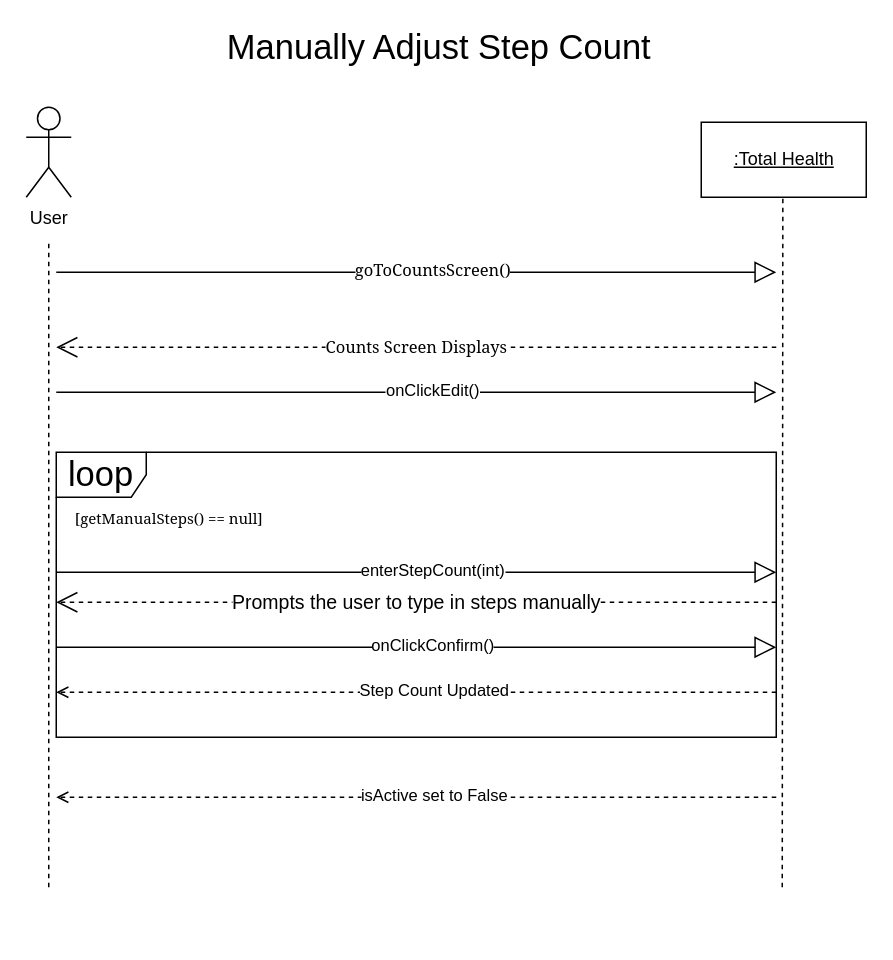
Before: SSD - Manually Adjust Step Count.drawio in Esaied19/Team-Albatross, a draw.io diagram. Source tidied: cells renumbered, new cells numbered last; positions are measured from the earlier drawing's top-left corner, leaving out a move shared by most shapes. Both pictures are drawn from the tidied source at 150%, with x=0, y=0 at pixel (26, 32).
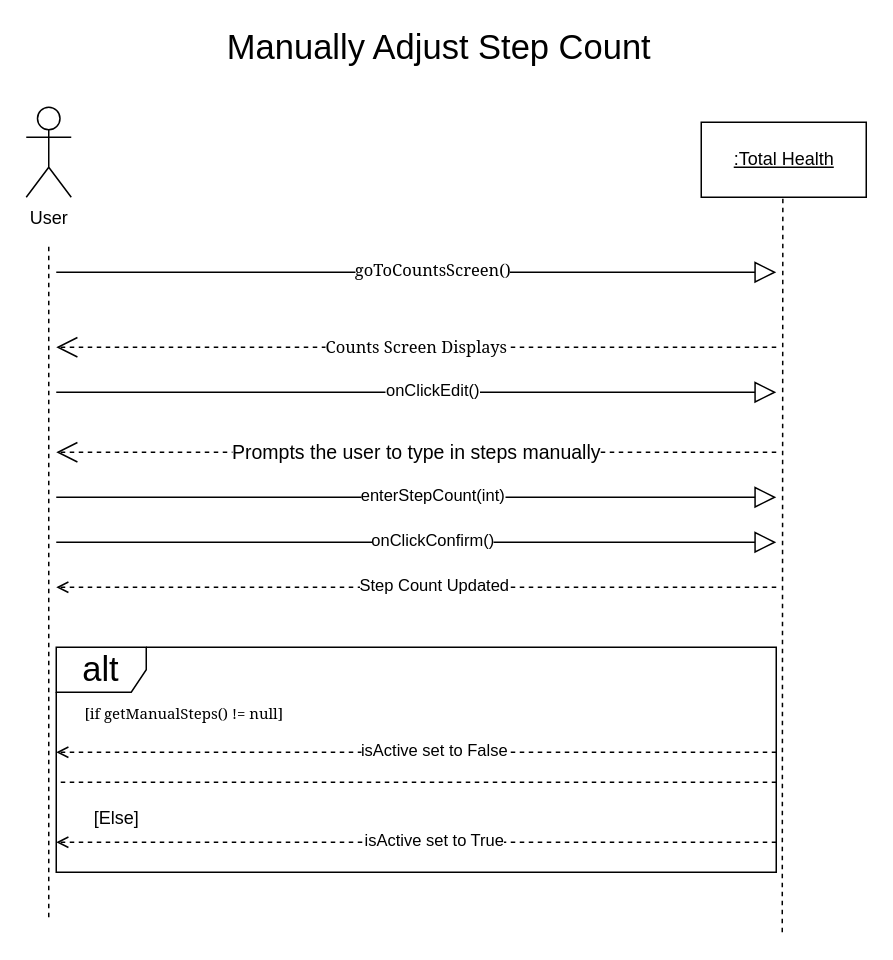
Above is the later version.

The edit, as a diff of the source:
```diff
@@
-    <mxCell id="2" value="loop" style="shape=umlFrame;whiteSpace=wrap;html=1;fontSize=23;" parent="1" vertex="1">
-      <mxGeometry x="20" y="280" width="480" height="190" as="geometry" />
+    <mxCell id="2" value="alt" style="shape=umlFrame;whiteSpace=wrap;html=1;fontSize=23;" parent="1" vertex="1">
+      <mxGeometry x="20" y="410" width="480" height="150" as="geometry" />
     </mxCell>
@@
     <mxCell id="5" style="endArrow=none;dashed=1;html=1;rounded=0;" parent="1" edge="1">
       <mxGeometry relative="1" as="geometry">
-        <mxPoint x="15" y="570" as="sourcePoint" />
+        <mxPoint x="15" y="590" as="sourcePoint" />
         <mxPoint x="15" y="140" as="targetPoint" />
       </mxGeometry>
     </mxCell>
     <mxCell id="6" style="endArrow=none;dashed=1;html=1;rounded=0;" parent="1" edge="1">
       <mxGeometry relative="1" as="geometry">
-        <mxPoint x="504" y="570" as="sourcePoint" />
+        <mxPoint x="504" y="600" as="sourcePoint" />
         <mxPoint x="504.4" y="110" as="targetPoint" />
       </mxGeometry>
     </mxCell>
@@
     <mxCell id="12" value="&lt;span style=&quot;font-size: 13px ; color: #000000 ; font-weight: normal ; text-decoration: none ; font-family: &amp;#34;arial&amp;#34; ; font-style: normal&quot;&gt;Prompts the user to type in steps manually&lt;/span&gt;" style="endArrow=open;endFill=1;endSize=12;html=1;rounded=0;dashed=1;" parent="1" edge="1">
       <mxGeometry relative="1" as="geometry">
-        <mxPoint x="500" y="380" as="sourcePoint" />
-        <mxPoint x="20" y="380" as="targetPoint" />
+        <mxPoint x="500" y="280" as="sourcePoint" />
+        <mxPoint x="20" y="280" as="targetPoint" />
       </mxGeometry>
     </mxCell>
     <mxCell id="13" style="endArrow=block;endFill=0;endSize=12;html=1;rounded=0;" parent="1" edge="1">
       <mxGeometry relative="1" as="geometry">
-        <mxPoint x="20" y="360" as="sourcePoint" />
-        <mxPoint x="500" y="360" as="targetPoint" />
+        <mxPoint x="20" y="310" as="sourcePoint" />
+        <mxPoint x="500" y="310" as="targetPoint" />
       </mxGeometry>
     </mxCell>
@@
     <mxCell id="15" style="endArrow=open;html=1;rounded=0;fontFamily=Georgia;endFill=0;strokeWidth=1;dashed=1;" parent="1" edge="1">
       <mxGeometry relative="1" as="geometry">
-        <mxPoint x="500" y="440" as="sourcePoint" />
-        <mxPoint x="20" y="440" as="targetPoint" />
+        <mxPoint x="500" y="370" as="sourcePoint" />
+        <mxPoint x="20" y="370" as="targetPoint" />
       </mxGeometry>
     </mxCell>
@@
     <mxCell id="17" style="endArrow=block;endFill=0;endSize=12;html=1;rounded=0;" parent="1" edge="1">
       <mxGeometry relative="1" as="geometry">
-        <mxPoint x="20" y="410" as="sourcePoint" />
-        <mxPoint x="500" y="410" as="targetPoint" />
+        <mxPoint x="20" y="340" as="sourcePoint" />
+        <mxPoint x="500" y="340" as="targetPoint" />
       </mxGeometry>
     </mxCell>
@@
-    <mxCell id="20" value="&lt;font style=&quot;font-size: 10px&quot; face=&quot;Georgia&quot;&gt;[getManualSteps() == null] &lt;/font&gt;" style="text;html=1;align=center;verticalAlign=middle;strokeColor=none;fillColor=none;fontSize=23;" parent="1" vertex="1">
-      <mxGeometry x="25" y="300" width="140" height="40" as="geometry" />
+    <mxCell id="20" value="&lt;font style=&quot;font-size: 10px&quot; face=&quot;Georgia&quot;&gt;[if getManualSteps() != null] &lt;/font&gt;" style="text;html=1;align=center;verticalAlign=middle;strokeColor=none;fillColor=none;fontSize=23;" parent="1" vertex="1">
+      <mxGeometry x="35" y="430" width="140" height="40" as="geometry" />
     </mxCell>
     <mxCell id="21" style="endArrow=open;html=1;rounded=0;fontFamily=Georgia;endFill=0;strokeWidth=1;dashed=1;" parent="1" edge="1">
       <mxGeometry relative="1" as="geometry">
-        <mxPoint x="500" y="510" as="sourcePoint" />
-        <mxPoint x="20" y="510" as="targetPoint" />
+        <mxPoint x="500" y="480" as="sourcePoint" />
+        <mxPoint x="20" y="480" as="targetPoint" />
       </mxGeometry>
     </mxCell>
@@
+    <mxCell id="23" style="endArrow=open;html=1;rounded=0;fontFamily=Georgia;endFill=0;strokeWidth=1;dashed=1;" parent="1" edge="1">
+      <mxGeometry relative="1" as="geometry">
+        <mxPoint x="500" y="540" as="sourcePoint" />
+        <mxPoint x="20" y="540" as="targetPoint" />
+      </mxGeometry>
+    </mxCell>
+    <mxCell id="24" value="isActive set to True" style="edgeLabel;html=1;align=center;verticalAlign=middle;" parent="23" vertex="1">
+      <mxGeometry x="0.17" y="-2" relative="1" as="geometry">
+        <mxPoint x="52" as="offset" />
+      </mxGeometry>
+    </mxCell>
+    <mxCell id="25" style="endArrow=none;html=1;rounded=0;fontFamily=Georgia;endFill=0;strokeWidth=1;dashed=1;" parent="1" edge="1">
+      <mxGeometry relative="1" as="geometry">
+        <mxPoint x="500" y="500" as="sourcePoint" />
+        <mxPoint x="20" y="500" as="targetPoint" />
+      </mxGeometry>
+    </mxCell>
+    <mxCell id="26" value="&lt;font style=&quot;font-size: 12px&quot;&gt;[Else]&lt;/font&gt;" style="text;html=1;align=center;verticalAlign=middle;strokeColor=none;fillColor=none;fontSize=23;" parent="1" vertex="1">
+      <mxGeometry x="35" y="500" width="50" height="40" as="geometry" />
+    </mxCell>
```
